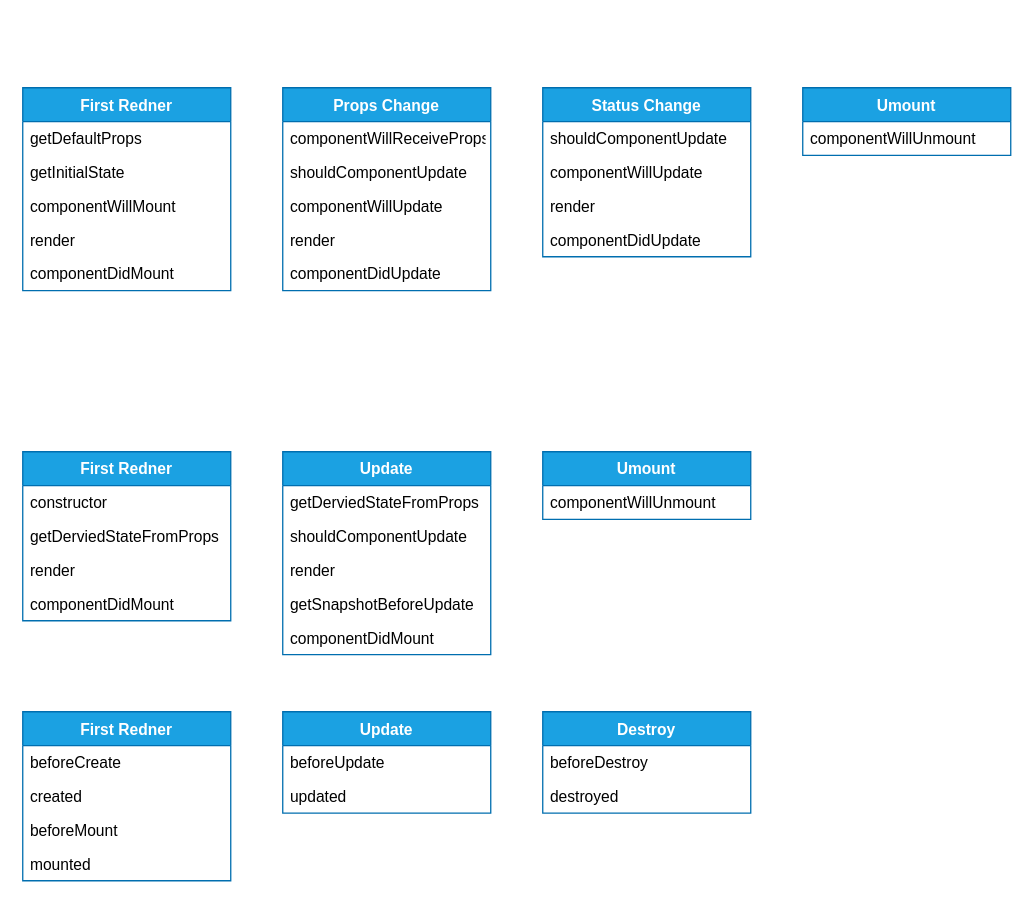
Earlier version of the draw.io diagram React Lifecycle.drawio (lsl233/UML). Source tidied: cells renumbered, new cells numbered last; positions are measured from the earlier drawing's top-left corner, leaving out a move shared by most shapes. Both pictures are drawn from the tidied source at 130%, with x=0, y=0 at pixel (22, 87).
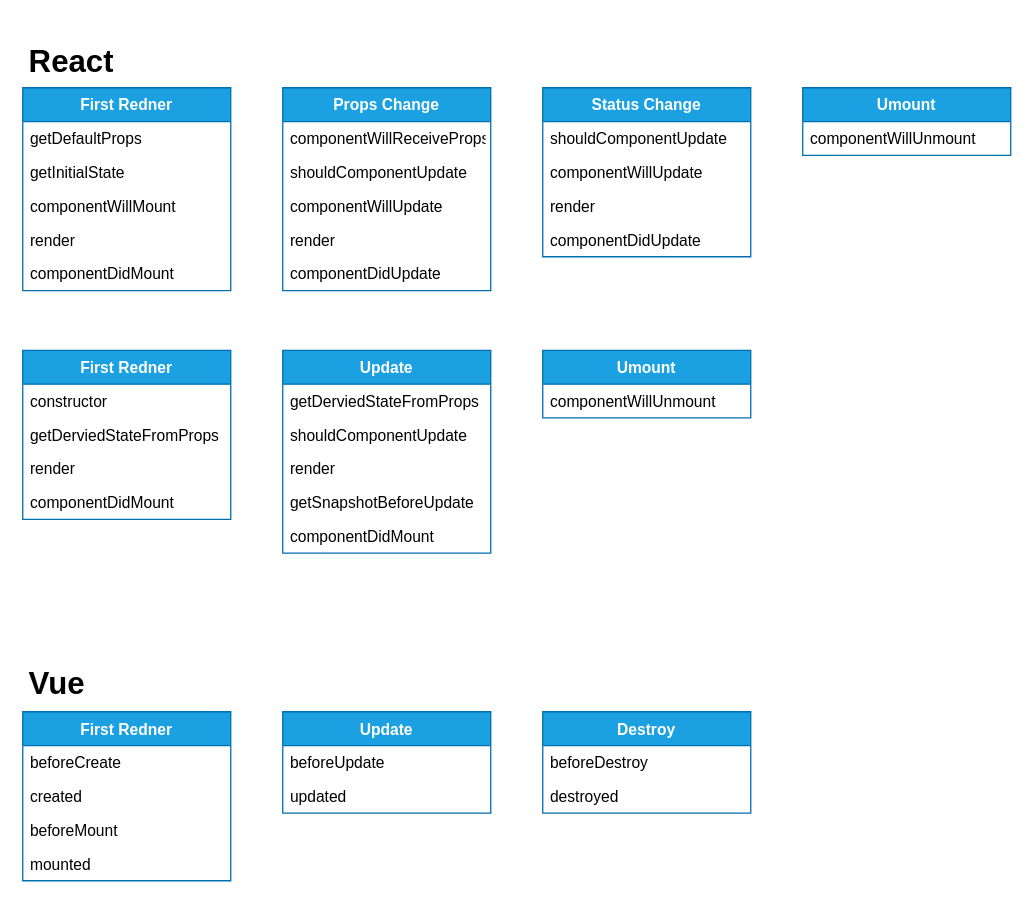
After the change.

The edit, as a diff of the source:
```diff
@@
     <mxCell id="22" value="First Redner" style="swimlane;fontStyle=1;horizontal=1;startSize=26;fillColor=#1ba1e2;strokeColor=#006EAF;fontColor=#ffffff;" parent="1" vertex="1">
-      <mxGeometry y="280" width="160" height="130" as="geometry" />
+      <mxGeometry y="202" width="160" height="130" as="geometry" />
     </mxCell>
@@
     <mxCell id="27" value="Update" style="swimlane;fontStyle=1;horizontal=1;startSize=26;fillColor=#1ba1e2;strokeColor=#006EAF;fontColor=#ffffff;" parent="1" vertex="1">
-      <mxGeometry x="200" y="280" width="160" height="156" as="geometry" />
+      <mxGeometry x="200" y="202" width="160" height="156" as="geometry" />
     </mxCell>
@@
     <mxCell id="33" style="group;" parent="1" vertex="1">
-      <mxGeometry x="400" y="280" width="160" height="182" as="geometry" />
+      <mxGeometry x="400" y="202" width="160" height="182" as="geometry" />
     </mxCell>
@@
+    <mxCell id="47" value="&lt;h1&gt;React&lt;/h1&gt;" style="text;html=1;strokeColor=none;fillColor=none;spacing=5;spacingTop=-20;whiteSpace=wrap;overflow=hidden;rounded=0;" parent="1" vertex="1">
+      <mxGeometry y="-40" width="190" height="40" as="geometry" />
+    </mxCell>
+    <mxCell id="48" value="&lt;h1&gt;Vue&lt;/h1&gt;" style="text;html=1;strokeColor=none;fillColor=none;spacing=5;spacingTop=-20;whiteSpace=wrap;overflow=hidden;rounded=0;" parent="1" vertex="1">
+      <mxGeometry y="439" width="190" height="40" as="geometry" />
+    </mxCell>
```
